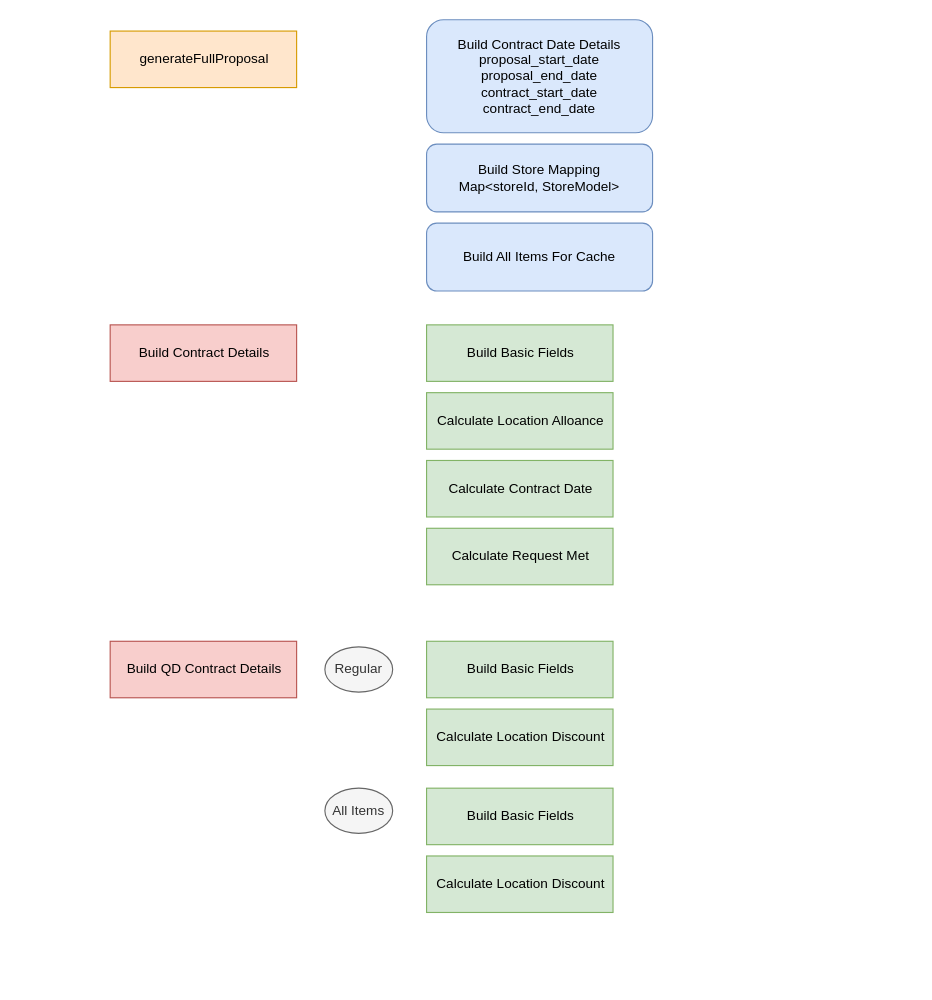
Earlier version of the draw.io diagram contractbreakdownsequence.drawio (dajin-kingland/UMLdiagrams). Source tidied: cells renumbered, new cells numbered last; positions are measured from the earlier drawing's top-left corner, leaving out a move shared by most shapes. Both pictures are drawn from the tidied source at 113%, with x=0, y=0 at pixel (110, 19).
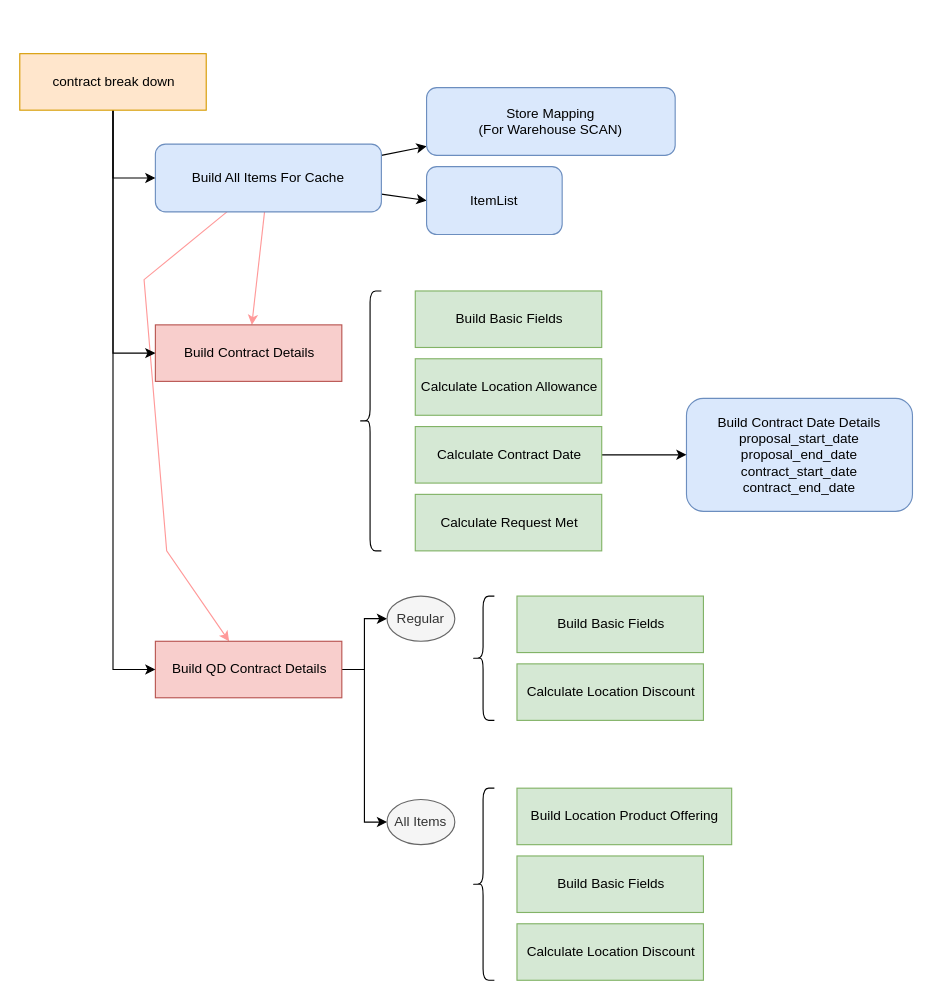
Above is the later version.

Change to the diagram source:
```diff
@@
     <mxCell id="2" value="Build Contract Date Details&lt;br&gt;proposal_start_date&lt;br&gt;proposal_end_date&lt;br&gt;contract_start_date&lt;br&gt;contract_end_date" style="rounded=1;whiteSpace=wrap;html=1;fillColor=#dae8fc;strokeColor=#6c8ebf;" parent="1" vertex="1">
-      <mxGeometry x="280" width="200" height="100" as="geometry" />
+      <mxGeometry x="510" y="335" width="200" height="100" as="geometry" />
     </mxCell>
-    <mxCell id="3" value="Build Store Mapping&lt;br&gt;&lt;div style=&quot;text-align: left&quot;&gt;Map&amp;lt;storeId, StoreModel&amp;gt;&lt;/div&gt;" style="rounded=1;whiteSpace=wrap;html=1;fillColor=#dae8fc;strokeColor=#6c8ebf;align=center;" parent="1" vertex="1">
-      <mxGeometry x="280" y="110" width="200" height="60" as="geometry" />
-    </mxCell>
+    <mxCell id="18" style="rounded=0;jettySize=auto;html=1;" parent="1" edge="1" source="4" target="28">
+      <mxGeometry relative="1" as="geometry" />
+    </mxCell>
+    <mxCell id="19" style="edgeStyle=none;rounded=0;jettySize=auto;html=1;entryX=0;entryY=0.5;entryDx=0;entryDy=0;" parent="1" edge="1" source="4" target="29">
+      <mxGeometry relative="1" as="geometry" />
+    </mxCell>
+    <mxCell id="20" style="rounded=0;jettySize=auto;html=1;strokeColor=#FF9999;" parent="1" edge="1" source="4" target="6">
+      <mxGeometry relative="1" as="geometry" />
+    </mxCell>
+    <mxCell id="21" style="edgeStyle=none;rounded=0;jettySize=auto;html=1;strokeColor=#FF9999;" parent="1" edge="1" source="4" target="7">
+      <mxGeometry relative="1" as="geometry">
+        <Array as="points">
+          <mxPoint x="30" y="230" />
+          <mxPoint x="50" y="470" />
+        </Array>
+      </mxGeometry>
+    </mxCell>
     <mxCell id="4" value="Build All Items For Cache" style="rounded=1;whiteSpace=wrap;html=1;fillColor=#dae8fc;strokeColor=#6c8ebf;align=center;" parent="1" vertex="1">
-      <mxGeometry x="280" y="180" width="200" height="60" as="geometry" />
+      <mxGeometry x="40" y="110" width="200" height="60" as="geometry" />
     </mxCell>
     <mxCell id="5" value="Calculate Request Met" style="html=1;fillColor=#d5e8d4;strokeColor=#82b366;" parent="1" vertex="1">
-      <mxGeometry x="280" y="450" width="165" height="50" as="geometry" />
+      <mxGeometry x="270" y="420" width="165" height="50" as="geometry" />
     </mxCell>
     <mxCell id="6" value="Build Contract Details" style="html=1;fillColor=#f8cecc;strokeColor=#b85450;" parent="1" vertex="1">
-      <mxGeometry y="270" width="165" height="50" as="geometry" />
+      <mxGeometry x="40" y="270" width="165" height="50" as="geometry" />
     </mxCell>
+    <mxCell id="22" style="edgeStyle=orthogonalEdgeStyle;rounded=0;jettySize=auto;html=1;entryX=0;entryY=0.5;entryDx=0;entryDy=0;" parent="1" edge="1" source="7" target="14">
+      <mxGeometry relative="1" as="geometry" />
+    </mxCell>
+    <mxCell id="23" style="edgeStyle=orthogonalEdgeStyle;rounded=0;jettySize=auto;html=1;" parent="1" edge="1" source="7" target="13">
+      <mxGeometry relative="1" as="geometry" />
+    </mxCell>
     <mxCell id="7" value="Build QD Contract Details" style="html=1;fillColor=#f8cecc;strokeColor=#b85450;" parent="1" vertex="1">
-      <mxGeometry y="550" width="165" height="50" as="geometry" />
+      <mxGeometry x="40" y="550" width="165" height="50" as="geometry" />
     </mxCell>
+    <mxCell id="24" style="edgeStyle=none;rounded=0;jettySize=auto;html=1;" parent="1" edge="1" source="8" target="2">
+      <mxGeometry relative="1" as="geometry" />
+    </mxCell>
     <mxCell id="8" value="Calculate Contract Date" style="html=1;fillColor=#d5e8d4;strokeColor=#82b366;" parent="1" vertex="1">
-      <mxGeometry x="280" y="390" width="165" height="50" as="geometry" />
+      <mxGeometry x="270" y="360" width="165" height="50" as="geometry" />
     </mxCell>
-    <mxCell id="9" value="Calculate Location Alloance" style="html=1;fillColor=#d5e8d4;strokeColor=#82b366;" parent="1" vertex="1">
-      <mxGeometry x="280" y="330" width="165" height="50" as="geometry" />
+    <mxCell id="9" value="Calculate Location Allowance" style="html=1;fillColor=#d5e8d4;strokeColor=#82b366;" parent="1" vertex="1">
+      <mxGeometry x="270" y="300" width="165" height="50" as="geometry" />
     </mxCell>
     <mxCell id="10" value="Build Basic Fields" style="html=1;fillColor=#d5e8d4;strokeColor=#82b366;" parent="1" vertex="1">
-      <mxGeometry x="280" y="270" width="165" height="50" as="geometry" />
+      <mxGeometry x="270" y="240" width="165" height="50" as="geometry" />
     </mxCell>
     <mxCell id="11" value="Build Basic Fields" style="html=1;fillColor=#d5e8d4;strokeColor=#82b366;" parent="1" vertex="1">
-      <mxGeometry x="280" y="550" width="165" height="50" as="geometry" />
+      <mxGeometry x="360" y="510" width="165" height="50" as="geometry" />
     </mxCell>
     <mxCell id="12" value="Calculate Location Discount" style="html=1;fillColor=#d5e8d4;strokeColor=#82b366;" parent="1" vertex="1">
-      <mxGeometry x="280" y="610" width="165" height="50" as="geometry" />
+      <mxGeometry x="360" y="570" width="165" height="50" as="geometry" />
     </mxCell>
     <mxCell id="13" value="Regular" style="ellipse;whiteSpace=wrap;html=1;fillColor=#f5f5f5;strokeColor=#666666;fontColor=#333333;" parent="1" vertex="1">
-      <mxGeometry x="190" y="555" width="60" height="40" as="geometry" />
+      <mxGeometry x="245" y="510" width="60" height="40" as="geometry" />
     </mxCell>
     <mxCell id="14" value="All Items" style="ellipse;whiteSpace=wrap;html=1;fillColor=#f5f5f5;strokeColor=#666666;fontColor=#333333;" parent="1" vertex="1">
-      <mxGeometry x="190" y="680" width="60" height="40" as="geometry" />
+      <mxGeometry x="245" y="690" width="60" height="40" as="geometry" />
     </mxCell>
+    <mxCell id="25" style="edgeStyle=orthogonalEdgeStyle;rounded=0;jettySize=auto;html=1;entryX=0;entryY=0.5;entryDx=0;entryDy=0;" parent="1" edge="1" source="15" target="6">
+      <mxGeometry relative="1" as="geometry" />
+    </mxCell>
+    <mxCell id="26" style="edgeStyle=orthogonalEdgeStyle;rounded=0;jettySize=auto;html=1;entryX=0;entryY=0.5;entryDx=0;entryDy=0;" parent="1" edge="1" source="15" target="7">
+      <mxGeometry relative="1" as="geometry" />
+    </mxCell>
+    <mxCell id="27" style="edgeStyle=orthogonalEdgeStyle;rounded=0;jettySize=auto;html=1;entryX=0;entryY=0.5;entryDx=0;entryDy=0;exitX=0.5;exitY=1;exitDx=0;exitDy=0;" parent="1" edge="1" source="15" target="4">
+      <mxGeometry relative="1" as="geometry" />
+    </mxCell>
-    <mxCell id="15" value="generateFullProposal" style="html=1;fillColor=#ffe6cc;strokeColor=#d79b00;" parent="1" vertex="1">
-      <mxGeometry y="10" width="165" height="50" as="geometry" />
+    <mxCell id="15" value="contract break down" style="html=1;fillColor=#ffe6cc;strokeColor=#d79b00;" parent="1" vertex="1">
+      <mxGeometry x="-80" y="30" width="165" height="50" as="geometry" />
     </mxCell>
     <mxCell id="16" value="Build Basic Fields" style="html=1;fillColor=#d5e8d4;strokeColor=#82b366;" parent="1" vertex="1">
-      <mxGeometry x="280" y="680" width="165" height="50" as="geometry" />
+      <mxGeometry x="360" y="740" width="165" height="50" as="geometry" />
     </mxCell>
     <mxCell id="17" value="Calculate Location Discount" style="html=1;fillColor=#d5e8d4;strokeColor=#82b366;" parent="1" vertex="1">
-      <mxGeometry x="280" y="740" width="165" height="50" as="geometry" />
+      <mxGeometry x="360" y="800" width="165" height="50" as="geometry" />
     </mxCell>
+    <mxCell id="28" value="Store Mapping&lt;br&gt;(For Warehouse SCAN)" style="whiteSpace=wrap;html=1;rounded=1;strokeColor=#6c8ebf;fillColor=#dae8fc;" parent="1" vertex="1">
+      <mxGeometry x="280" y="60" width="220" height="60" as="geometry" />
+    </mxCell>
+    <mxCell id="29" value="ItemList" style="whiteSpace=wrap;html=1;rounded=1;strokeColor=#6c8ebf;fillColor=#dae8fc;" parent="1" vertex="1">
+      <mxGeometry x="280" y="130" width="120" height="60" as="geometry" />
+    </mxCell>
+    <mxCell id="30" style="shape=curlyBracket;whiteSpace=wrap;html=1;rounded=1;gradientColor=none;" parent="1" vertex="1">
+      <mxGeometry x="320" y="510" width="20" height="110" as="geometry" />
+    </mxCell>
+    <mxCell id="31" style="shape=curlyBracket;whiteSpace=wrap;html=1;rounded=1;gradientColor=none;size=0.5;" parent="1" vertex="1">
+      <mxGeometry x="220" y="240" width="20" height="230" as="geometry" />
+    </mxCell>
+    <mxCell id="32" style="shape=curlyBracket;whiteSpace=wrap;html=1;rounded=1;gradientColor=none;" parent="1" vertex="1">
+      <mxGeometry x="320" y="680" width="20" height="170" as="geometry" />
+    </mxCell>
+    <mxCell id="33" value="Build Location Product Offering" style="html=1;fillColor=#d5e8d4;strokeColor=#82b366;" parent="1" vertex="1">
+      <mxGeometry x="360" y="680" width="190" height="50" as="geometry" />
+    </mxCell>
```
